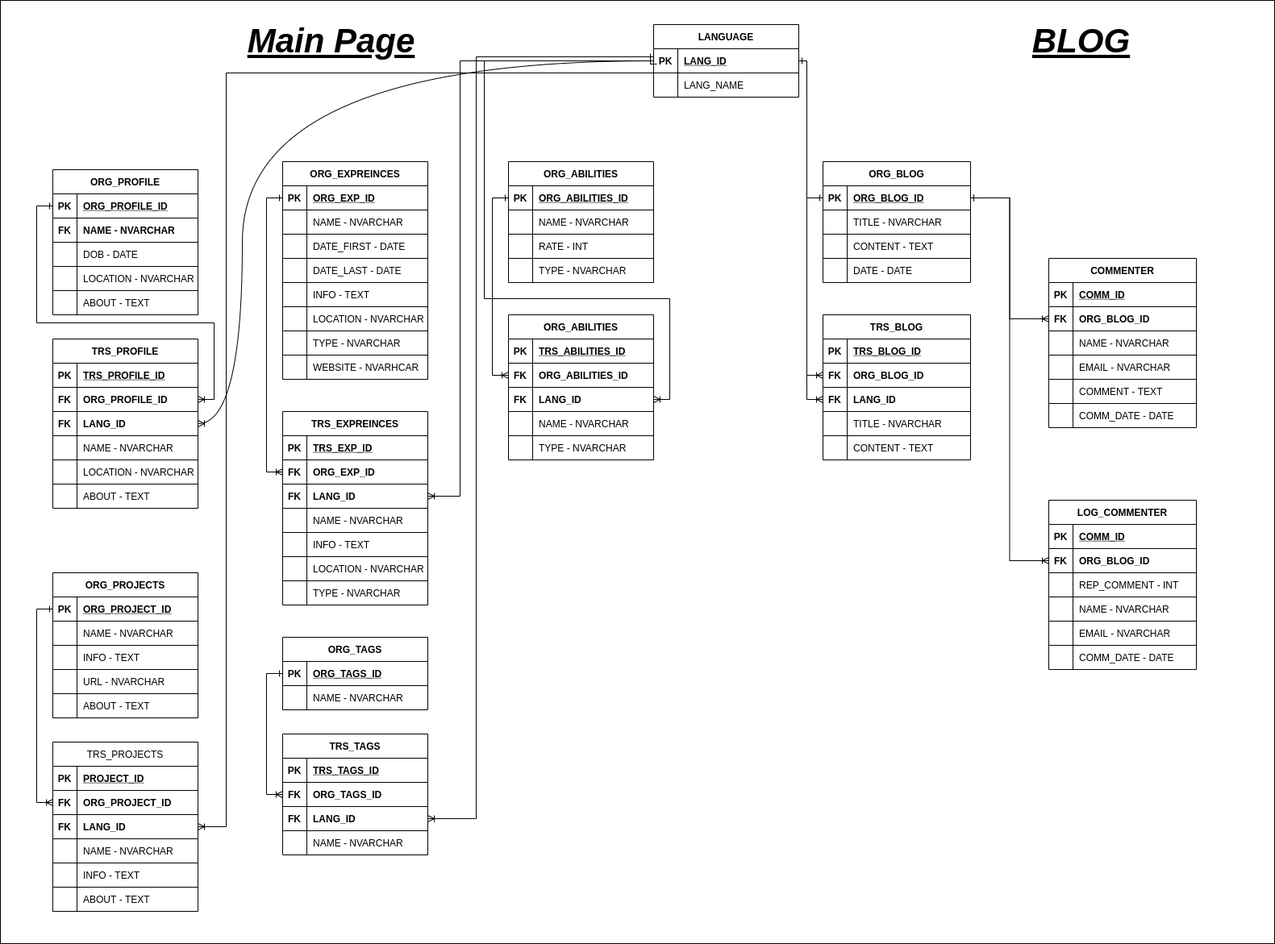
Above: Design/database.png in CC-chain/Personal-Dynamic-Web (draw.io), before the change. Source tidied: cells renumbered, new cells last; positions are measured from the earlier drawing's top-left corner, leaving out a move shared by most shapes.
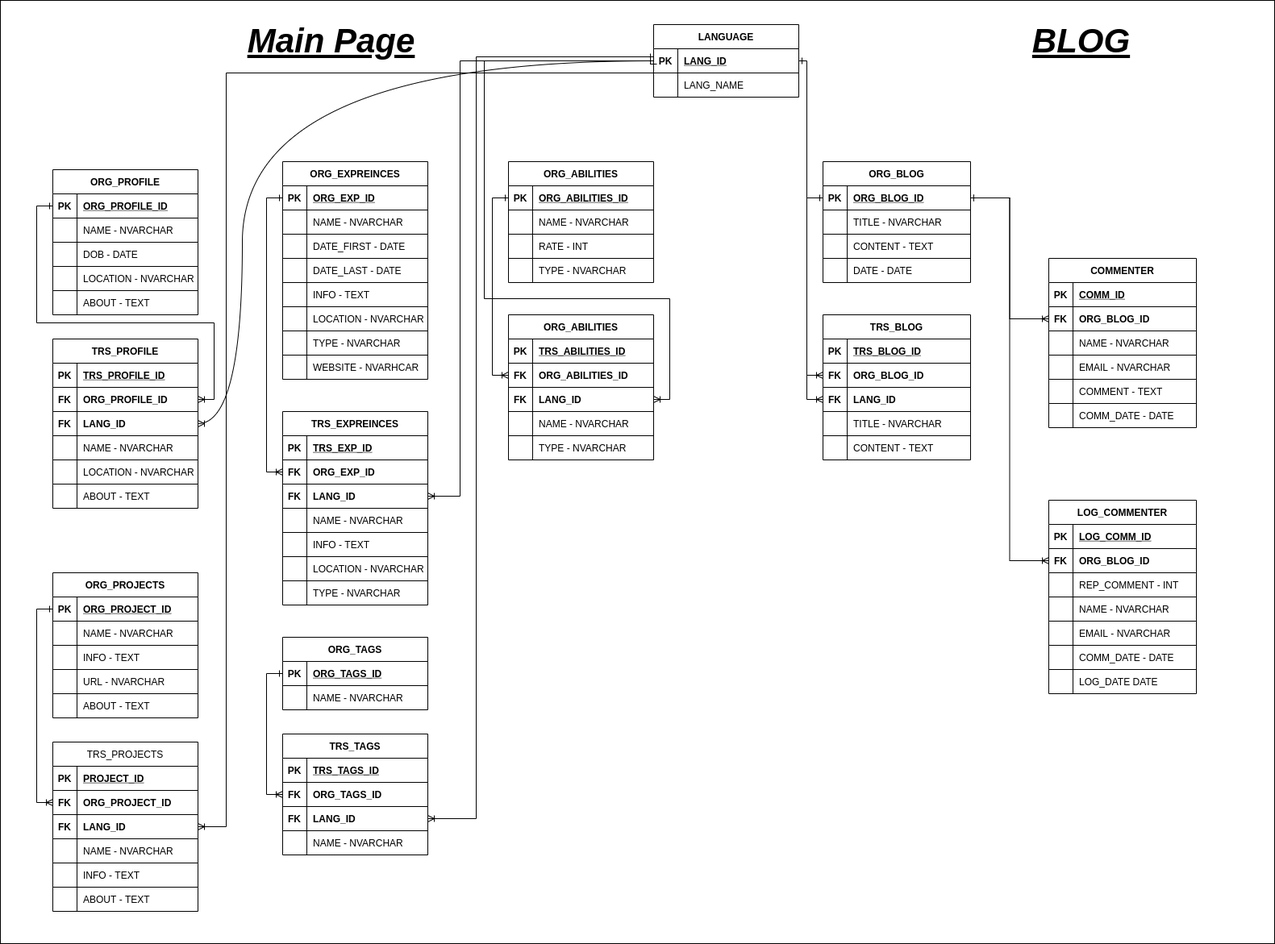
Later version of the same file.

What changed in the source:
```diff
@@ -23,10 +23,10 @@
     <mxCell id="8" style="shape=partialRectangle;fillColor=none;top=0;left=0;bottom=0;right=0;fontStyle=1;" parent="4" vertex="1">
       <mxGeometry y="60" width="180" height="30" as="geometry" />
     </mxCell>
-    <mxCell id="9" value="FK" style="shape=partialRectangle;fillColor=none;top=0;left=0;bottom=0;right=0;overflow=hidden;fontStyle=1;" parent="8" vertex="1">
+    <mxCell id="9" style="shape=partialRectangle;fillColor=none;top=0;left=0;bottom=0;right=0;overflow=hidden;fontStyle=1;" parent="8" vertex="1">
       <mxGeometry width="30" height="30" as="geometry" />
     </mxCell>
-    <mxCell id="10" value="NAME - NVARCHAR" style="shape=partialRectangle;fillColor=none;top=0;left=0;bottom=0;right=0;align=left;spacingLeft=6;overflow=hidden;fontStyle=1;" parent="8" vertex="1">
+    <mxCell id="10" value="NAME - NVARCHAR" style="shape=partialRectangle;fillColor=none;top=0;left=0;bottom=0;right=0;align=left;spacingLeft=6;overflow=hidden;fontStyle=0;" parent="8" vertex="1">
       <mxGeometry x="30" width="150" height="30" as="geometry" />
     </mxCell>
     <mxCell id="11" style="shape=partialRectangle;fillColor=none;top=0;left=0;bottom=0;right=0;" parent="4" vertex="1">
@@ -755,7 +755,7 @@
       <mxGeometry relative="1" as="geometry" />
     </mxCell>
     <mxCell id="239" value="LOG_COMMENTER" style="shape=table;startSize=30;rowLines=1;fontStyle=1;align=center;fontSize=12;" parent="1" vertex="1">
-      <mxGeometry x="1300" y="620" width="183" height="210" as="geometry" />
+      <mxGeometry x="1300" y="620" width="183" height="240" as="geometry" />
     </mxCell>
     <mxCell id="240" style="shape=partialRectangle;fillColor=none;top=0;left=0;bottom=1;right=0;" parent="239" vertex="1">
       <mxGeometry y="30" width="183" height="30" as="geometry" />
@@ -763,7 +763,7 @@
     <mxCell id="241" value="PK" style="shape=partialRectangle;fillColor=none;top=0;left=0;bottom=0;right=0;fontStyle=1;overflow=hidden;" parent="240" vertex="1">
       <mxGeometry width="30" height="30" as="geometry" />
     </mxCell>
-    <mxCell id="242" value="COMM_ID" style="shape=partialRectangle;fillColor=none;top=0;left=0;bottom=0;right=0;align=left;spacingLeft=6;fontStyle=5;overflow=hidden;" parent="240" vertex="1">
+    <mxCell id="242" value="LOG_COMM_ID" style="shape=partialRectangle;fillColor=none;top=0;left=0;bottom=0;right=0;align=left;spacingLeft=6;fontStyle=5;overflow=hidden;" parent="240" vertex="1">
       <mxGeometry x="30" width="153" height="30" as="geometry" />
     </mxCell>
     <mxCell id="243" style="shape=partialRectangle;fillColor=none;top=0;left=0;bottom=0;right=0;points=[[0,0.5],[1,0.5]];portConstraint=eastwest;fontSize=12;" parent="239" vertex="1">
@@ -811,6 +811,15 @@
     <mxCell id="257" value="COMM_DATE - DATE" style="shape=partialRectangle;fillColor=none;top=0;left=0;bottom=0;right=0;align=left;spacingLeft=6;overflow=hidden;" parent="255" vertex="1">
       <mxGeometry x="30" width="153" height="30" as="geometry" />
     </mxCell>
+    <mxCell id="259" style="shape=partialRectangle;fillColor=none;top=0;left=0;bottom=0;right=0;" parent="239" vertex="1">
+      <mxGeometry y="210" width="183" height="30" as="geometry" />
+    </mxCell>
+    <mxCell id="260" style="shape=partialRectangle;fillColor=none;top=0;left=0;bottom=0;right=0;overflow=hidden;" parent="259" vertex="1">
+      <mxGeometry width="30" height="30" as="geometry" />
+    </mxCell>
+    <mxCell id="261" value="LOG_DATE DATE" style="shape=partialRectangle;fillColor=none;top=0;left=0;bottom=0;right=0;align=left;spacingLeft=6;overflow=hidden;" parent="259" vertex="1">
+      <mxGeometry x="30" width="153" height="30" as="geometry" />
+    </mxCell>
     <mxCell id="258" style="edgeStyle=orthogonalEdgeStyle;rounded=0;jettySize=auto;html=1;exitX=0;exitY=0.5;exitDx=0;exitDy=0;startArrow=ERoneToMany;startFill=0;endArrow=ERone;endFill=0;entryX=1;entryY=0.5;entryDx=0;entryDy=0;" parent="1" edge="1" source="243" target="118">
       <mxGeometry relative="1" as="geometry" />
     </mxCell>
```
